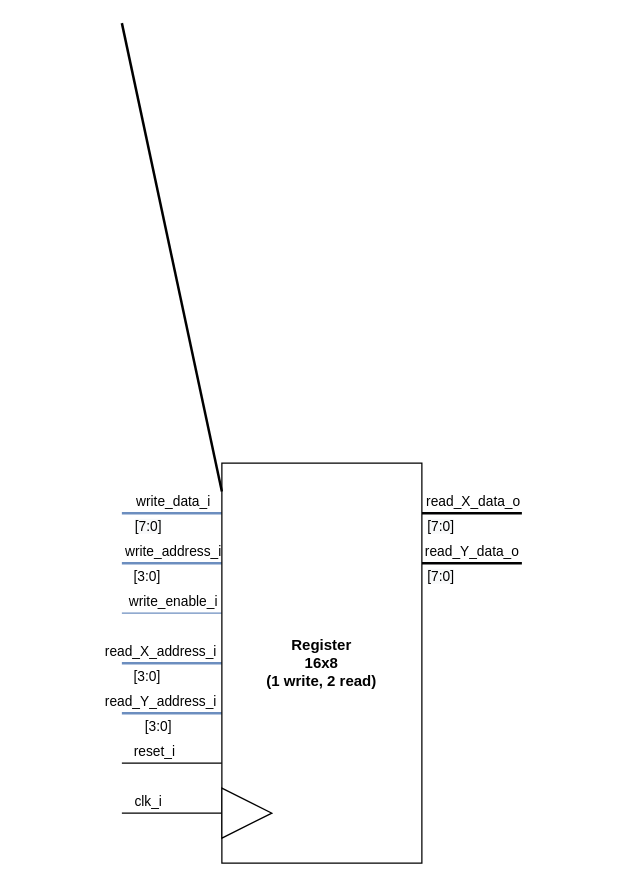
graefjk/RO2 keeps this draw.io diagram as Blockbeschreibungen/Register_beschreibung.drawio. Above is the earlier version. Source tidied: cells renumbered, new cells numbered last; positions are measured from the earlier drawing's top-left corner, leaving out a move shared by most shapes. Both pictures are drawn from the tidied source at 125%, with x=0, y=0 at pixel (21, 22).
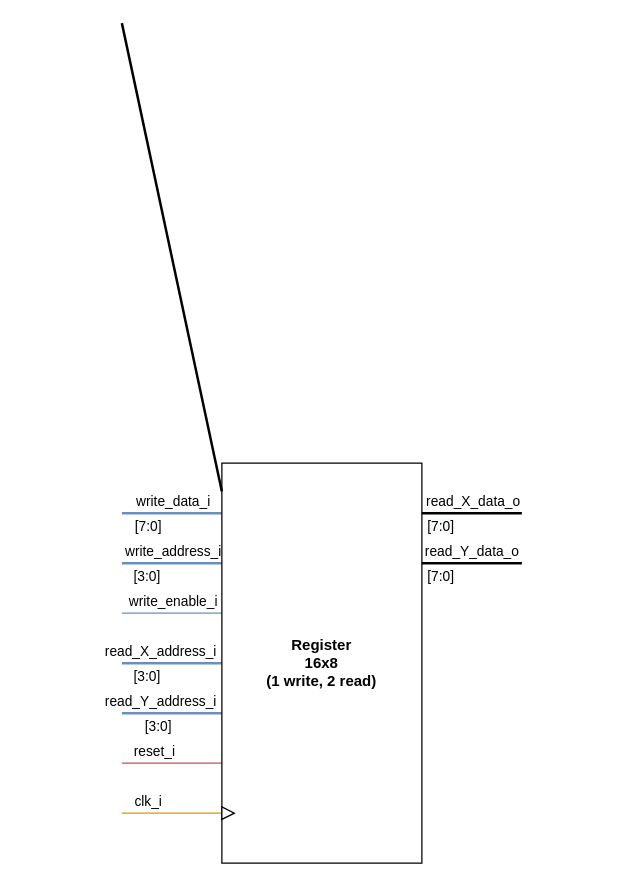
After the change.

Unchanged cells that the change refers to:
```xml
<mxCell id="26" value="&lt;div&gt;&lt;b&gt;Register&lt;/b&gt;&lt;/div&gt;&lt;div&gt;&lt;b&gt;16x8&lt;/b&gt;&lt;/div&gt;&lt;div&gt;&lt;b&gt;(1 write, 2 read)&lt;br&gt;&lt;/b&gt;&lt;/div&gt;" style="rounded=0;whiteSpace=wrap;html=1;" parent="1" vertex="1">
  <mxGeometry x="160" y="352" width="160" height="320" as="geometry" />
</mxCell>
```

Diff of the diagram source:
```diff
@@
-    <mxCell id="8" style="edgeStyle=orthogonalEdgeStyle;rounded=0;jettySize=auto;html=1;endArrow=none;endFill=0;strokeWidth=1;" parent="1" edge="1" source="26">
+    <mxCell id="8" style="edgeStyle=orthogonalEdgeStyle;rounded=0;jettySize=auto;html=1;endArrow=none;endFill=0;strokeWidth=1;fillColor=#f8cecc;strokeColor=#b85450;" parent="1" edge="1" source="26">
       <mxGeometry relative="1" as="geometry">
         <mxPoint x="80" y="592" as="targetPoint" />
         <Array as="points">
           <mxPoint x="120" y="592" />
           <mxPoint x="120" y="592" />
         </Array>
       </mxGeometry>
     </mxCell>
@@
-    <mxCell id="24" style="edgeStyle=orthogonalEdgeStyle;rounded=0;jettySize=auto;html=1;endArrow=none;endFill=0;" parent="1" edge="1" source="26">
+    <mxCell id="24" style="edgeStyle=orthogonalEdgeStyle;rounded=0;jettySize=auto;html=1;endArrow=none;endFill=0;fillColor=#ffe6cc;strokeColor=#d79b00;" parent="1" edge="1" source="26">
       <mxGeometry relative="1" as="geometry">
         <mxPoint x="80" y="632" as="targetPoint" />
         <Array as="points">
           <mxPoint x="140" y="632" />
           <mxPoint x="140" y="632" />
         </Array>
       </mxGeometry>
     </mxCell>
@@
     <mxCell id="29" style="triangle;whiteSpace=wrap;html=1;" parent="1" vertex="1">
-      <mxGeometry x="160" y="612" width="40" height="40" as="geometry" />
+      <mxGeometry x="160" y="627" width="10" height="10" as="geometry" />
     </mxCell>
```
